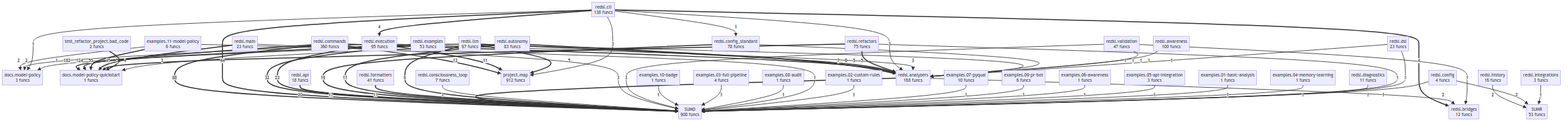
wronai/redsl keeps this Mermaid diagram as project/compact_flow.png. Above is the earlier version. Its source is kept beside it as project/compact_flow.mmd.
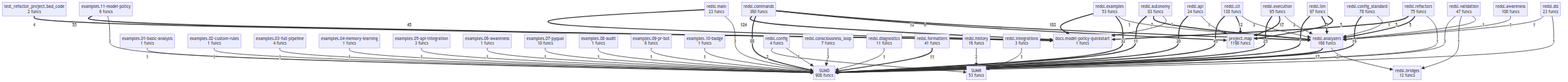
The same file after the commit.

Change to the diagram source:
```diff
@@ -1,7 +1,6 @@
 flowchart TD
     SUMD["SUMD<br/>908 funcs"]
     SUMR["SUMR<br/>53 funcs"]
-    docs__model_policy["docs.model-policy<br/>3 funcs"]
     docs__model_policy_quickstart["docs.model-policy-quickstart<br/>1 funcs"]
     examples__01_basic_analysis["examples.01-basic-analysis<br/>1 funcs"]
     examples__02_custom_rules["examples.02-custom-rules<br/>1 funcs"]
@@ -14,9 +13,9 @@
     examples__09_pr_bot["examples.09-pr-bot<br/>6 funcs"]
     examples__10_badge["examples.10-badge<br/>1 funcs"]
     examples__11_model_policy["examples.11-model-policy<br/>6 funcs"]
-    project__map["project.map<br/>912 funcs"]
+    project__map["project.map<br/>1198 funcs"]
     redsl__analyzers["redsl.analyzers<br/>168 funcs"]
-    redsl__api["redsl.api<br/>18 funcs"]
+    redsl__api["redsl.api<br/>24 funcs"]
     redsl__autonomy["redsl.autonomy<br/>83 funcs"]
     redsl__awareness["redsl.awareness<br/>100 funcs"]
     redsl__bridges["redsl.bridges<br/>12 funcs"]
@@ -42,60 +41,54 @@
     redsl__commands ==>|88| SUMD
     examples__11_model_policy ==>|55| docs__model_policy_quickstart
     redsl__main ==>|45| docs__model_policy_quickstart
-    redsl__cli ==>|44| SUMD
+    redsl__cli ==>|45| SUMD
     redsl__examples ==>|32| SUMD
-    redsl__execution ==>|23| SUMD
+    redsl__execution ==>|25| SUMD
     redsl__api ==>|20| SUMD
     redsl__config_standard ==>|19| SUMD
+    redsl__execution ==>|17| project__map
     redsl__analyzers ==>|17| SUMD
     redsl__commands ==>|12| project__map
+    redsl__cli ==>|12| project__map
     redsl__autonomy ==>|11| SUMD
     redsl__formatters ==>|11| SUMD
-    redsl__execution ==>|11| project__map
     redsl__autonomy ==>|7| redsl__analyzers
+    redsl__llm ==>|7| SUMD
     redsl__commands ==>|6| redsl__analyzers
-    redsl__llm ==>|6| SUMD
     redsl__llm ==>|5| redsl__analyzers
     redsl__llm ==>|5| project__map
     redsl__refactors ==>|5| docs__model_policy_quickstart
     redsl__refactors ==>|5| redsl__analyzers
     test_refactor_project__bad_code ==>|4| docs__model_policy_quickstart
-    redsl__cli ==>|4| redsl__bridges
-    redsl__cli ==>|4| redsl__execution
+    examples__11_model_policy -->|3| SUMD
     redsl__consciousness_loop -->|3| SUMD
+    redsl__main -->|3| SUMD
     redsl__autonomy -->|3| docs__model_policy_quickstart
     redsl__cli -->|3| redsl__analyzers
-    redsl__cli -->|3| project__map
     redsl__execution -->|3| redsl__analyzers
-    redsl__main -->|3| SUMD
     redsl__validation -->|3| SUMD
-    examples__11_model_policy -->|2| docs__model_policy
+    redsl__config -->|2| SUMR
     redsl__history -->|2| SUMR
-    redsl__config -->|2| SUMR
-    redsl__execution -->|2| docs__model_policy
     redsl__analyzers -->|2| redsl__bridges
+    examples__01_basic_analysis -->|1| SUMD
     examples__10_badge -->|1| SUMD
+    examples__05_api_integration -->|1| SUMD
+    examples__09_pr_bot -->|1| SUMD
+    examples__04_memory_learning -->|1| SUMD
     examples__03_full_pipeline -->|1| SUMD
+    examples__02_custom_rules -->|1| SUMD
+    examples__06_awareness -->|1| SUMD
+    examples__07_pyqual -->|1| SUMD
     examples__08_audit -->|1| SUMD
-    examples__11_model_policy -->|1| SUMD
-    examples__02_custom_rules -->|1| SUMD
-    examples__07_pyqual -->|1| SUMD
-    examples__09_pr_bot -->|1| SUMD
-    examples__06_awareness -->|1| SUMD
-    examples__05_api_integration -->|1| SUMD
-    examples__01_basic_analysis -->|1| SUMD
-    examples__04_memory_learning -->|1| SUMD
+    redsl__config -->|1| SUMD
     redsl__config_standard -->|1| redsl__analyzers
     redsl__examples -->|1| redsl__analyzers
     redsl__diagnostics -->|1| SUMD
-    redsl__config -->|1| SUMD
-    redsl__cli -->|1| redsl__config_standard
-    redsl__cli -->|1| docs__model_policy
-    redsl__llm -->|1| docs__model_policy
     redsl__refactors -->|1| SUMD
     redsl__awareness -->|1| redsl__analyzers
     redsl__validation -->|1| redsl__bridges
     redsl__validation -->|1| redsl__analyzers
     redsl__integrations -->|1| SUMR
+    redsl__api -->|1| project__map
+    redsl__dsl -->|1| redsl__analyzers
     redsl__dsl -->|1| SUMD
-    redsl__dsl -->|1| redsl__analyzers
```
